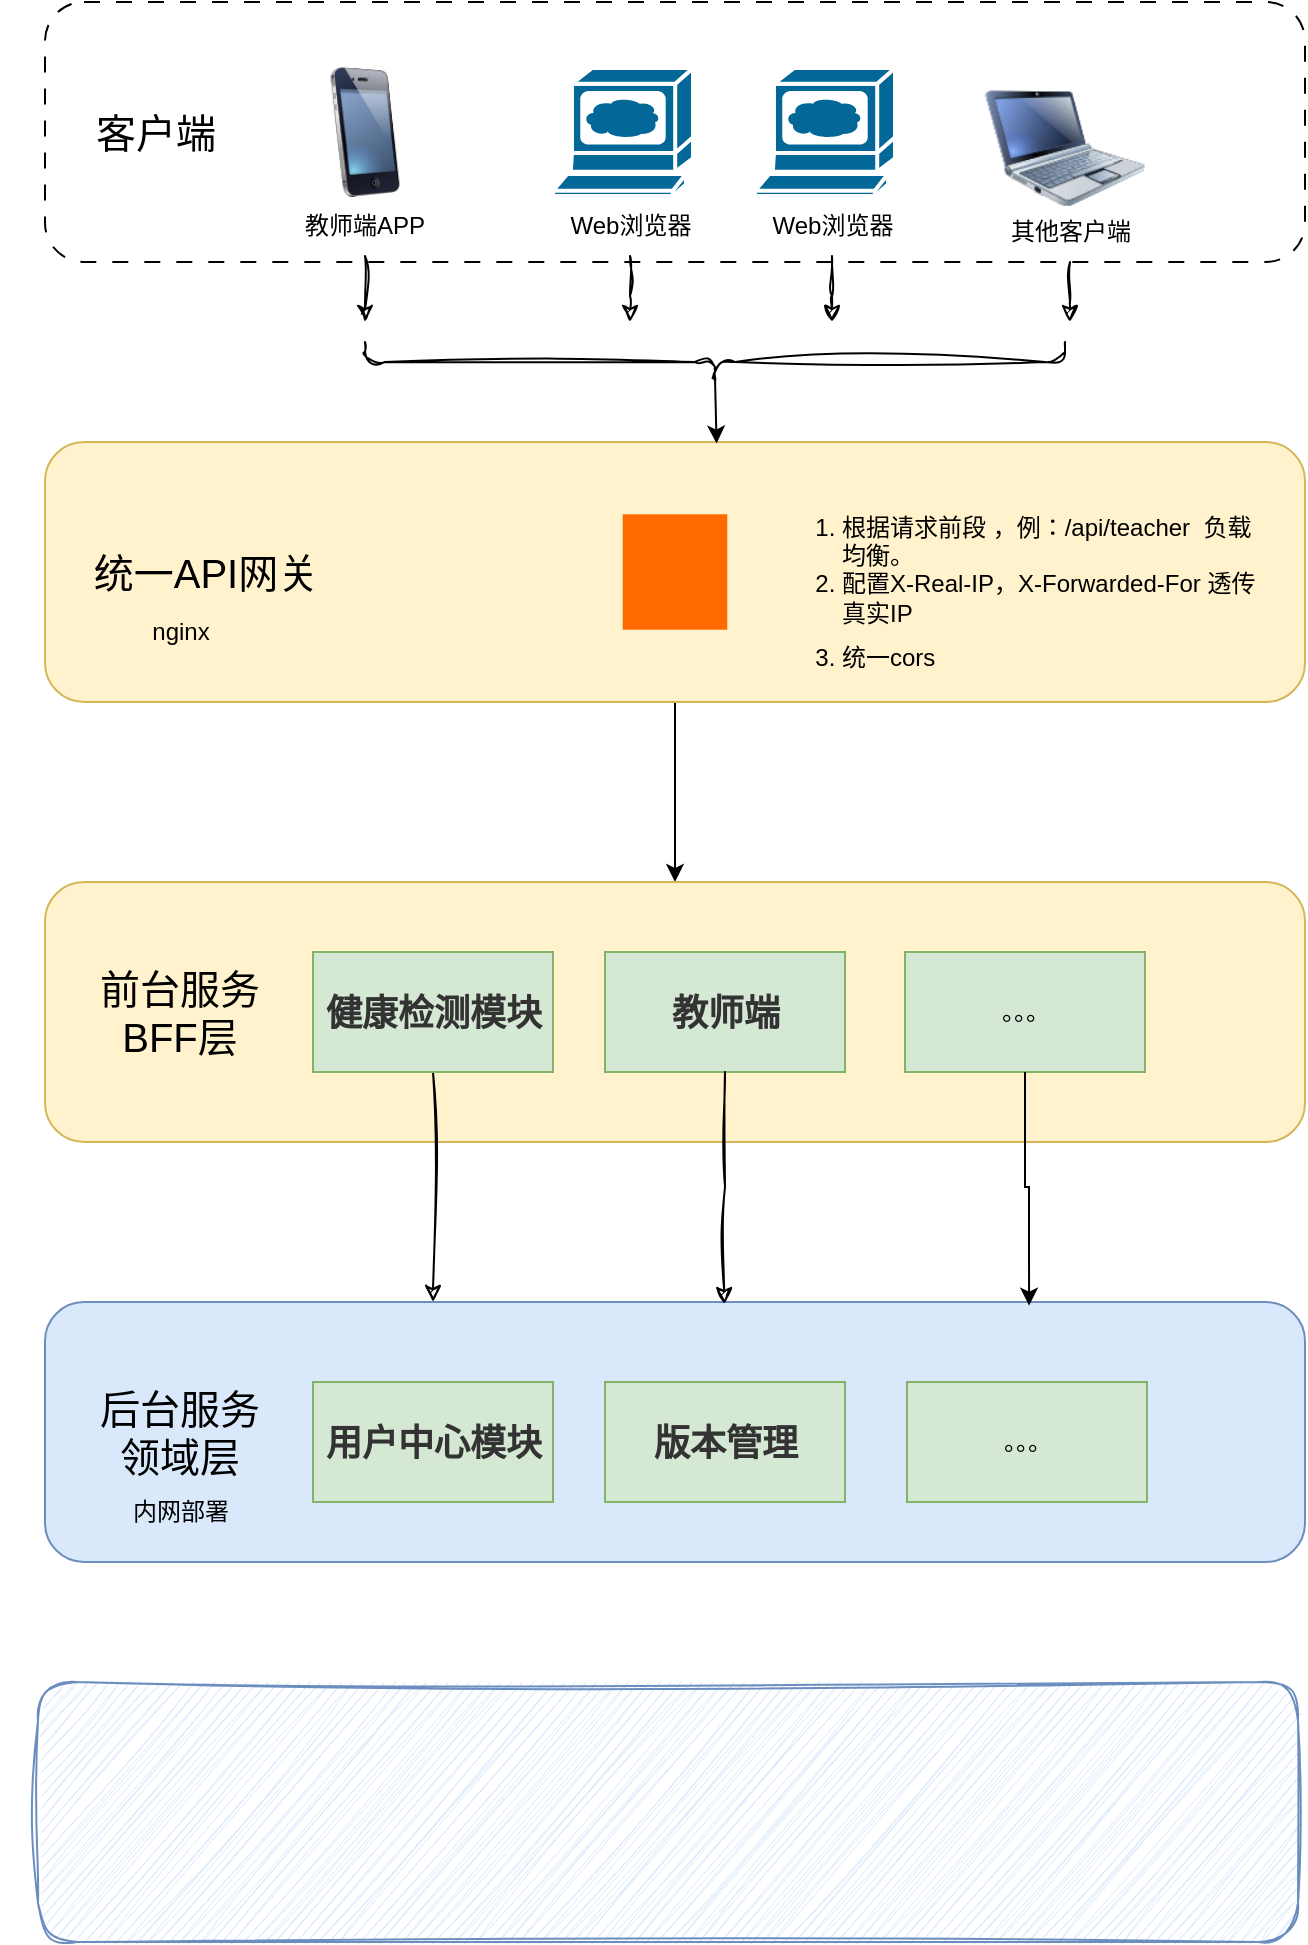
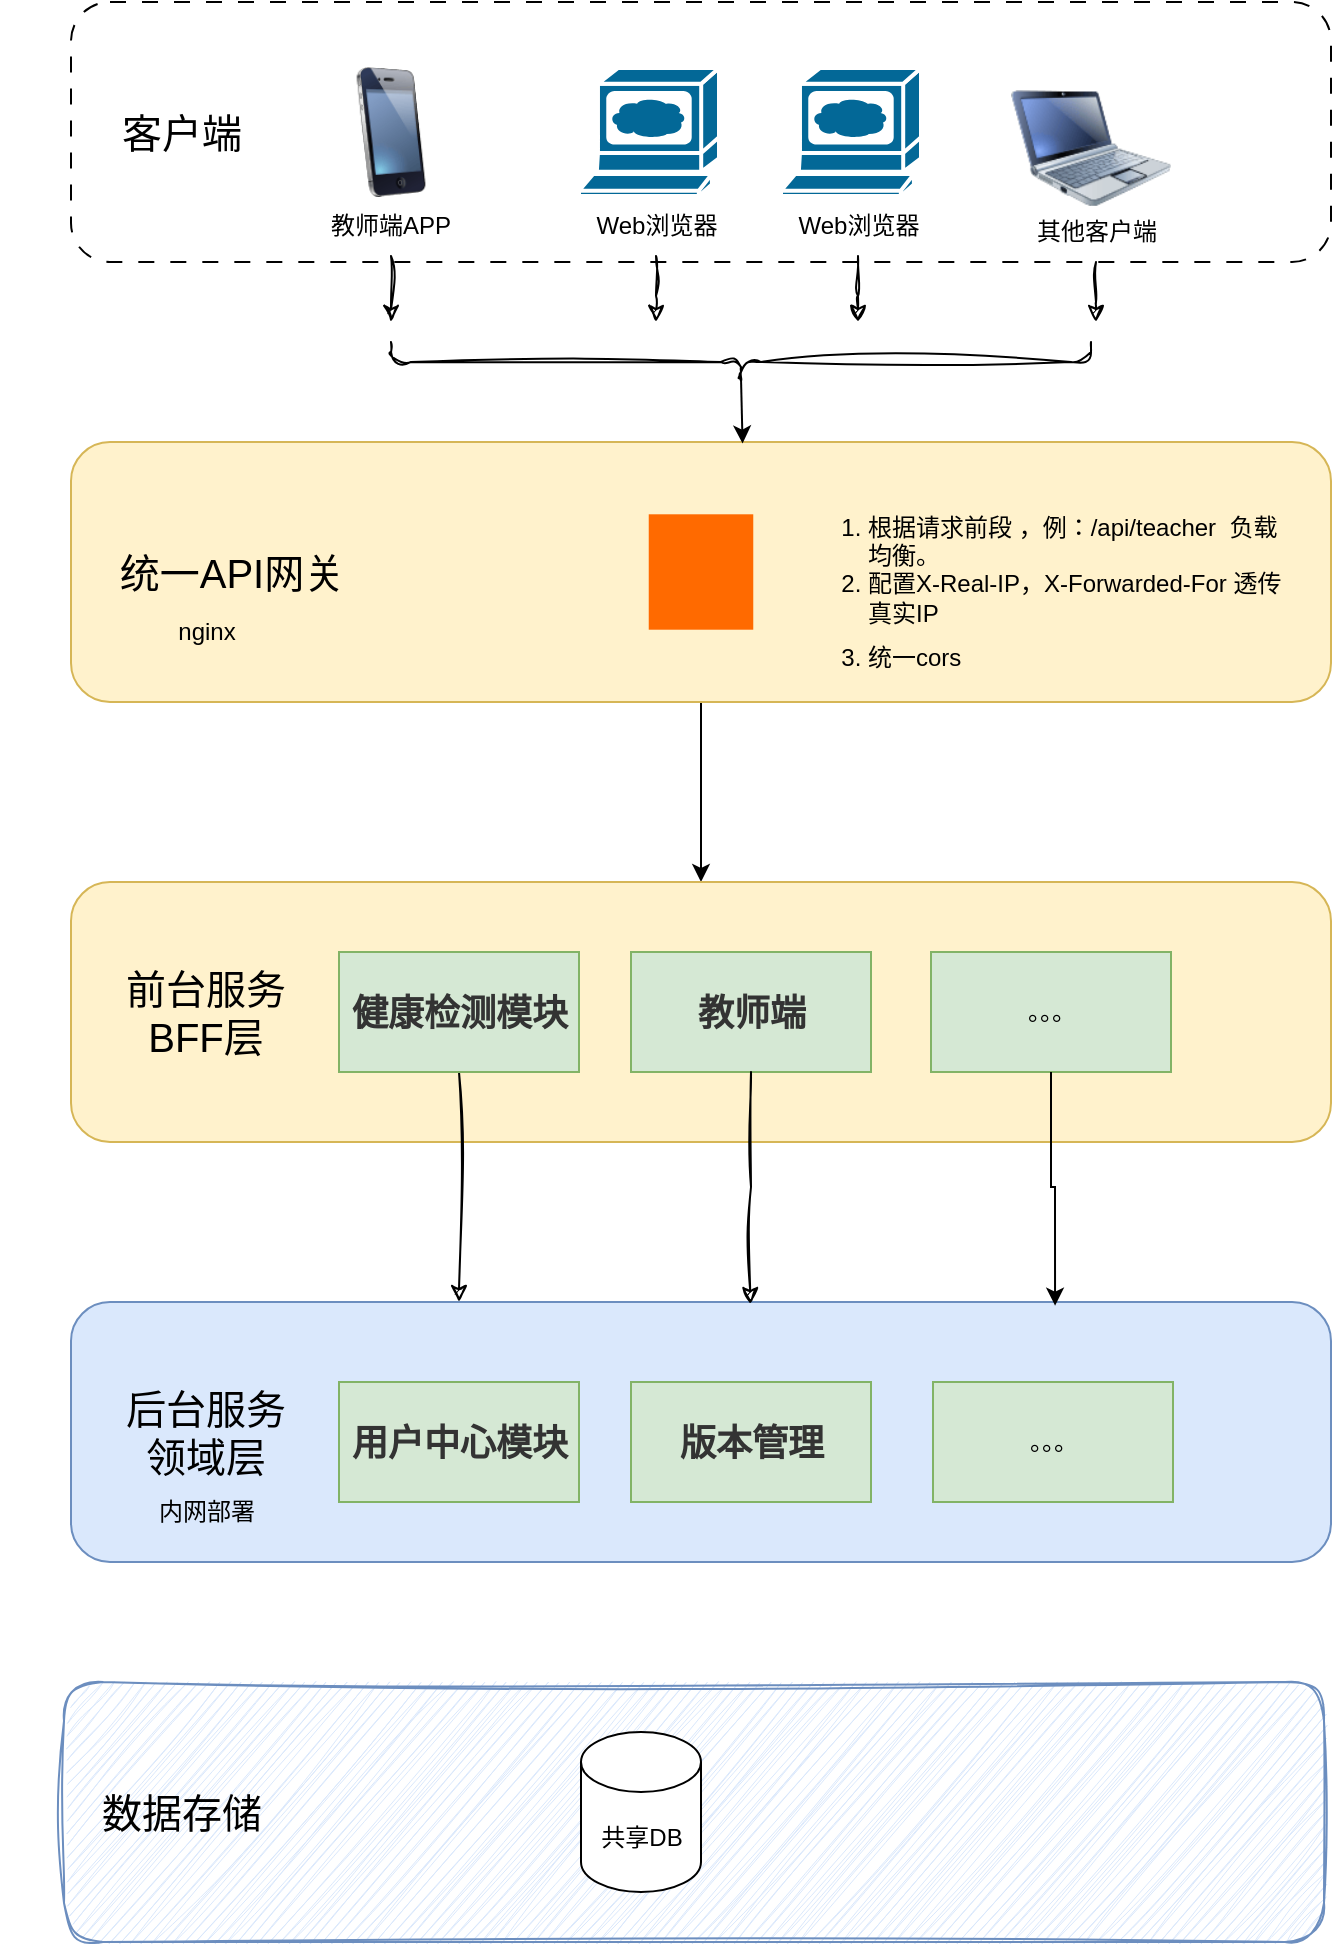
<mxfile host="app.diagrams.net" agent="5.0 (Windows NT 10.0; Win64; x64) AppleWebKit/537.36 (KHTML, like Gecko) Chrome/99.0.4844.51 Safari/537.36">
  <diagram id="piDafpqhtRUU5qUU-vj8" name="Page-1">
    <mxGraphModel dx="1712" dy="919" grid="1" gridSize="10" guides="1" tooltips="1" connect="1" arrows="1" fold="1" page="1" pageScale="1" pageWidth="827" pageHeight="1169" background="none" math="0" shadow="0">
      <root>
        <mxCell id="0" />
        <mxCell id="1" parent="0" />
        <mxCell id="5cpTgLDWtTwDe1421ZuN-3" parent="1" style="rounded=1;whiteSpace=wrap;html=1;shadow=0;glass=0;dashed=1;dashPattern=8 8;" value="" vertex="1">
          <mxGeometry height="130" width="630" x="102.5" y="100" as="geometry" />
        </mxCell>
        <mxCell id="-MD85wsI__NYyljHFUac-2" parent="1" style="text;html=1;whiteSpace=wrap;strokeColor=none;fillColor=none;align=center;verticalAlign=middle;rounded=0;" value="&lt;font style=&quot;font-size: 20px;&quot;&gt;客户端&lt;/font&gt;" vertex="1">
          <mxGeometry height="30" width="70" x="122.5" y="150" as="geometry" />
        </mxCell>
        <mxCell id="-MD85wsI__NYyljHFUac-3" parent="1" style="sketch=0;html=1;pointerEvents=1;dashed=0;fillColor=#036897;strokeColor=#ffffff;strokeWidth=2;verticalLabelPosition=bottom;verticalAlign=top;align=center;outlineConnect=0;shape=mxgraph.cisco.computers_and_peripherals.web_browser;" value="" vertex="1">
          <mxGeometry height="64" width="70" x="356.5" y="133" as="geometry" />
        </mxCell>
        <mxCell id="-MD85wsI__NYyljHFUac-39" edge="1" parent="1" source="-MD85wsI__NYyljHFUac-4" style="edgeStyle=orthogonalEdgeStyle;rounded=0;orthogonalLoop=1;jettySize=auto;html=1;sketch=1;curveFitting=1;jiggle=2;">
          <mxGeometry relative="1" as="geometry">
            <mxPoint x="395.0000000000002" y="260.0000000000001" as="targetPoint" />
          </mxGeometry>
        </mxCell>
        <mxCell id="-MD85wsI__NYyljHFUac-4" parent="1" style="text;html=1;whiteSpace=wrap;strokeColor=none;fillColor=none;align=center;verticalAlign=middle;rounded=0;" value="Web浏览器" vertex="1">
          <mxGeometry height="30" width="75" x="357.5" y="197" as="geometry" />
        </mxCell>
        <mxCell id="-MD85wsI__NYyljHFUac-5" parent="1" style="sketch=0;html=1;pointerEvents=1;dashed=0;fillColor=#036897;strokeColor=#ffffff;strokeWidth=2;verticalLabelPosition=bottom;verticalAlign=top;align=center;outlineConnect=0;shape=mxgraph.cisco.computers_and_peripherals.web_browser;" value="" vertex="1">
          <mxGeometry height="64" width="70" x="457.5" y="133" as="geometry" />
        </mxCell>
        <mxCell id="-MD85wsI__NYyljHFUac-35" edge="1" parent="1" source="-MD85wsI__NYyljHFUac-6" style="edgeStyle=orthogonalEdgeStyle;rounded=0;orthogonalLoop=1;jettySize=auto;html=1;sketch=1;curveFitting=1;jiggle=2;">
          <mxGeometry relative="1" as="geometry">
            <mxPoint x="496" y="260.0000000000001" as="targetPoint" />
          </mxGeometry>
        </mxCell>
        <mxCell id="-MD85wsI__NYyljHFUac-6" parent="1" style="text;html=1;whiteSpace=wrap;strokeColor=none;fillColor=none;align=center;verticalAlign=middle;rounded=0;" value="Web浏览器" vertex="1">
          <mxGeometry height="30" width="75" x="458.5" y="197" as="geometry" />
        </mxCell>
        <mxCell id="-MD85wsI__NYyljHFUac-7" parent="1" style="image;html=1;image=img/lib/clip_art/computers/Netbook_128x128.png" value="" vertex="1">
          <mxGeometry height="80" width="80" x="572.5" y="133" as="geometry" />
        </mxCell>
        <mxCell id="-MD85wsI__NYyljHFUac-8" parent="1" style="image;html=1;image=img/lib/clip_art/telecommunication/iPhone_128x128.png" value="" vertex="1">
          <mxGeometry height="65" width="80" x="222.5" y="132.5" as="geometry" />
        </mxCell>
        <mxCell id="-MD85wsI__NYyljHFUac-34" edge="1" parent="1" source="-MD85wsI__NYyljHFUac-9" style="edgeStyle=orthogonalEdgeStyle;rounded=0;orthogonalLoop=1;jettySize=auto;html=1;exitX=0.5;exitY=1;exitDx=0;exitDy=0;sketch=1;curveFitting=1;jiggle=2;">
          <mxGeometry relative="1" as="geometry">
            <mxPoint x="262.5" y="260" as="targetPoint" />
          </mxGeometry>
        </mxCell>
        <mxCell id="-MD85wsI__NYyljHFUac-9" parent="1" style="text;html=1;whiteSpace=wrap;strokeColor=none;fillColor=none;align=center;verticalAlign=middle;rounded=0;" value="教师端APP" vertex="1">
          <mxGeometry height="30" width="75" x="225" y="197" as="geometry" />
        </mxCell>
        <mxCell id="-MD85wsI__NYyljHFUac-36" edge="1" parent="1" source="-MD85wsI__NYyljHFUac-10" style="edgeStyle=orthogonalEdgeStyle;rounded=0;orthogonalLoop=1;jettySize=auto;html=1;sketch=1;curveFitting=1;jiggle=2;">
          <mxGeometry relative="1" as="geometry">
            <mxPoint x="615.0000000000002" y="260.0000000000001" as="targetPoint" />
          </mxGeometry>
        </mxCell>
        <mxCell id="-MD85wsI__NYyljHFUac-10" parent="1" style="text;html=1;whiteSpace=wrap;strokeColor=none;fillColor=none;align=center;verticalAlign=middle;rounded=0;" value="其他客户端" vertex="1">
          <mxGeometry height="30" width="75" x="577.5" y="200" as="geometry" />
        </mxCell>
        <mxCell id="-MD85wsI__NYyljHFUac-23" edge="1" parent="1" source="-MD85wsI__NYyljHFUac-11" style="edgeStyle=orthogonalEdgeStyle;rounded=0;orthogonalLoop=1;jettySize=auto;html=1;exitX=0.5;exitY=1;exitDx=0;exitDy=0;entryX=0.5;entryY=0;entryDx=0;entryDy=0;" target="-MD85wsI__NYyljHFUac-22">
          <mxGeometry relative="1" as="geometry" />
        </mxCell>
        <mxCell id="-MD85wsI__NYyljHFUac-11" parent="1" style="rounded=1;whiteSpace=wrap;html=1;shadow=0;glass=0;fillColor=#fff2cc;strokeColor=#d6b656;" value="" vertex="1">
          <mxGeometry height="130" width="630" x="102.5" y="320" as="geometry" />
        </mxCell>
        <mxCell id="-MD85wsI__NYyljHFUac-13" parent="1" style="text;html=1;whiteSpace=wrap;strokeColor=none;fillColor=none;align=center;verticalAlign=middle;rounded=0;" value="&lt;span style=&quot;font-size: 20px;&quot;&gt;统一API网关&lt;/span&gt;" vertex="1">
          <mxGeometry height="30" width="180" x="92.5" y="370" as="geometry" />
        </mxCell>
        <mxCell id="-MD85wsI__NYyljHFUac-14" parent="1" style="text;html=1;whiteSpace=wrap;strokeColor=none;fillColor=none;align=center;verticalAlign=middle;rounded=0;" value="nginx" vertex="1">
          <mxGeometry height="30" width="75" x="132.5" y="400" as="geometry" />
        </mxCell>
        <mxCell id="-MD85wsI__NYyljHFUac-20" parent="1" style="points=[];aspect=fixed;html=1;align=center;shadow=0;dashed=0;fillColor=#FF6A00;strokeColor=none;shape=mxgraph.alibaba_cloud.ehpc_elastic_high_performance_computing;" value="" vertex="1">
          <mxGeometry height="57.7" width="52.26" x="391.37" y="356.15" as="geometry" />
        </mxCell>
        <mxCell id="-MD85wsI__NYyljHFUac-21" parent="1" style="text;html=1;whiteSpace=wrap;strokeColor=none;fillColor=none;align=left;verticalAlign=middle;rounded=0;" value="&lt;ol&gt;&lt;li&gt;&lt;span style=&quot;background-color: transparent; color: light-dark(rgb(0, 0, 0), rgb(255, 255, 255));&quot;&gt;根据请求前段 ，例：/api/teacher&amp;nbsp; 负载均衡。&lt;/span&gt;&lt;/li&gt;&lt;li class=&quot;md-list-item md-focus-container&quot; style=&quot;box-sizing: border-box; margin: 0px; position: relative;&quot;&gt;&lt;p class=&quot;md-end-block md-p md-focus&quot; style=&quot;box-sizing: border-box; line-height: inherit; orphans: 4; margin: 0px 0px 0.5rem; white-space: pre-wrap; position: relative;&quot;&gt;&lt;span class=&quot;md-plain md-expand&quot; style=&quot;box-sizing: border-box;&quot;&gt;配置X-Real-IP，X-Forwarded-For 透传真实IP&lt;/span&gt;&lt;/p&gt;&lt;/li&gt;&lt;li class=&quot;md-list-item md-focus-container&quot; style=&quot;box-sizing: border-box; margin: 0px; position: relative;&quot;&gt;&lt;p class=&quot;md-end-block md-p md-focus&quot; style=&quot;box-sizing: border-box; line-height: inherit; orphans: 4; margin: 0px 0px 0.5rem; white-space: pre-wrap; position: relative;&quot;&gt;统一cors&lt;/p&gt;&lt;/li&gt;&lt;/ol&gt;" vertex="1">
          <mxGeometry height="90" width="254" x="458.5" y="350" as="geometry" />
        </mxCell>
        <mxCell id="-MD85wsI__NYyljHFUac-22" parent="1" style="rounded=1;whiteSpace=wrap;html=1;shadow=0;glass=0;fillColor=#fff2cc;strokeColor=#d6b656;" value="" vertex="1">
          <mxGeometry height="130" width="630" x="102.5" y="540" as="geometry" />
        </mxCell>
        <mxCell id="-MD85wsI__NYyljHFUac-24" parent="1" style="text;html=1;whiteSpace=wrap;strokeColor=none;fillColor=none;align=center;verticalAlign=middle;rounded=0;" value="&lt;span style=&quot;font-size: 20px;&quot;&gt;前台服务&lt;/span&gt;&lt;div&gt;&lt;span style=&quot;font-size: 20px;&quot;&gt;BFF层&lt;/span&gt;&lt;/div&gt;" vertex="1">
          <mxGeometry height="60" width="180" x="80" y="575" as="geometry" />
        </mxCell>
        <mxCell id="-MD85wsI__NYyljHFUac-41" edge="1" parent="1" source="-MD85wsI__NYyljHFUac-25" style="edgeStyle=orthogonalEdgeStyle;rounded=0;orthogonalLoop=1;jettySize=auto;html=1;sketch=1;curveFitting=1;jiggle=2;" target="-MD85wsI__NYyljHFUac-28" value="">
          <mxGeometry relative="1" as="geometry">
            <Array as="points">
              <mxPoint x="296.5" y="790" />
              <mxPoint x="296.5" y="790" />
            </Array>
          </mxGeometry>
        </mxCell>
        <mxCell id="-MD85wsI__NYyljHFUac-25" parent="1" style="rounded=0;whiteSpace=wrap;html=1;fillColor=#d5e8d4;strokeColor=#82b366;" value="&lt;h3 class=&quot;md-end-block md-heading&quot; style=&quot;box-sizing: border-box; break-after: avoid-page; break-inside: avoid; orphans: 4; font-size: 1.5em; margin-top: 1rem; margin-bottom: 1rem; position: relative; line-height: 1.43; cursor: text; white-space: pre-wrap; color: rgb(51, 51, 51); font-family: &amp;quot;Open Sans&amp;quot;, &amp;quot;Clear Sans&amp;quot;, &amp;quot;Helvetica Neue&amp;quot;, Helvetica, Arial, &amp;quot;Segoe UI Emoji&amp;quot;, sans-serif; text-align: start;&quot;&gt;&lt;span class=&quot;md-plain&quot; style=&quot;box-sizing: border-box;&quot;&gt;健康检测模块&lt;/span&gt;&lt;/h3&gt;" vertex="1">
          <mxGeometry height="60" width="120" x="236.5" y="575" as="geometry" />
        </mxCell>
        <mxCell id="-MD85wsI__NYyljHFUac-26" parent="1" style="rounded=0;whiteSpace=wrap;html=1;fillColor=#d5e8d4;strokeColor=#82b366;" value="&lt;h3 class=&quot;md-end-block md-heading&quot; style=&quot;box-sizing: border-box; break-after: avoid-page; break-inside: avoid; orphans: 4; font-size: 1.5em; margin-top: 1rem; margin-bottom: 1rem; position: relative; line-height: 1.43; cursor: text; white-space: pre-wrap; outline: 0px; box-shadow: none; color: rgb(51, 51, 51); font-family: &amp;quot;Open Sans&amp;quot;, &amp;quot;Clear Sans&amp;quot;, &amp;quot;Helvetica Neue&amp;quot;, Helvetica, Arial, &amp;quot;Segoe UI Emoji&amp;quot;, sans-serif; text-align: start;&quot;&gt;&lt;span class=&quot;md-plain&quot; style=&quot;box-sizing: border-box;&quot;&gt;教师端&lt;/span&gt;&lt;/h3&gt;" vertex="1">
          <mxGeometry height="60" width="120" x="382.5" y="575" as="geometry" />
        </mxCell>
        <mxCell id="-MD85wsI__NYyljHFUac-27" parent="1" style="rounded=0;whiteSpace=wrap;html=1;fillColor=#d5e8d4;strokeColor=#82b366;" value="。。。" vertex="1">
          <mxGeometry height="60" width="120" x="532.5" y="575" as="geometry" />
        </mxCell>
        <mxCell id="-MD85wsI__NYyljHFUac-28" parent="1" style="rounded=1;whiteSpace=wrap;html=1;shadow=0;glass=0;fillColor=#dae8fc;strokeColor=#6c8ebf;" value="" vertex="1">
          <mxGeometry height="130" width="630" x="102.5" y="750" as="geometry" />
        </mxCell>
        <mxCell id="-MD85wsI__NYyljHFUac-29" parent="1" style="text;html=1;whiteSpace=wrap;strokeColor=none;fillColor=none;align=center;verticalAlign=middle;rounded=0;" value="&lt;span style=&quot;font-size: 20px;&quot;&gt;后台服务&lt;/span&gt;&lt;div&gt;&lt;span style=&quot;font-size: 20px;&quot;&gt;领域层&lt;/span&gt;&lt;/div&gt;" vertex="1">
          <mxGeometry height="60" width="180" x="80" y="785" as="geometry" />
        </mxCell>
        <mxCell id="-MD85wsI__NYyljHFUac-30" parent="1" style="text;html=1;whiteSpace=wrap;strokeColor=none;fillColor=none;align=center;verticalAlign=middle;rounded=0;" value="内网部署" vertex="1">
          <mxGeometry height="30" width="75" x="132.5" y="840" as="geometry" />
        </mxCell>
        <mxCell id="-MD85wsI__NYyljHFUac-31" parent="1" style="rounded=0;whiteSpace=wrap;html=1;fillColor=#d5e8d4;strokeColor=#82b366;" value="&lt;h3 class=&quot;md-end-block md-heading&quot; style=&quot;box-sizing: border-box; break-after: avoid-page; break-inside: avoid; orphans: 4; font-size: 1.5em; margin-top: 1rem; margin-bottom: 1rem; position: relative; line-height: 1.43; cursor: text; white-space: pre-wrap; color: rgb(51, 51, 51); font-family: &amp;quot;Open Sans&amp;quot;, &amp;quot;Clear Sans&amp;quot;, &amp;quot;Helvetica Neue&amp;quot;, Helvetica, Arial, &amp;quot;Segoe UI Emoji&amp;quot;, sans-serif; text-align: start;&quot;&gt;&lt;span class=&quot;md-plain&quot; style=&quot;box-sizing: border-box;&quot;&gt;用户中心模块&lt;/span&gt;&lt;/h3&gt;" vertex="1">
          <mxGeometry height="60" width="120" x="236.5" y="790" as="geometry" />
        </mxCell>
        <mxCell id="-MD85wsI__NYyljHFUac-32" parent="1" style="rounded=0;whiteSpace=wrap;html=1;fillColor=#d5e8d4;strokeColor=#82b366;" value="&lt;h3 class=&quot;md-end-block md-heading&quot; style=&quot;box-sizing: border-box; break-after: avoid-page; break-inside: avoid; orphans: 4; font-size: 1.5em; margin-top: 1rem; margin-bottom: 1rem; position: relative; line-height: 1.43; cursor: text; white-space: pre-wrap; color: rgb(51, 51, 51); font-family: &amp;quot;Open Sans&amp;quot;, &amp;quot;Clear Sans&amp;quot;, &amp;quot;Helvetica Neue&amp;quot;, Helvetica, Arial, &amp;quot;Segoe UI Emoji&amp;quot;, sans-serif; text-align: start;&quot;&gt;版本管理&lt;/h3&gt;" vertex="1">
          <mxGeometry height="60" width="120" x="382.5" y="790" as="geometry" />
        </mxCell>
        <mxCell id="-MD85wsI__NYyljHFUac-33" parent="1" style="rounded=0;whiteSpace=wrap;html=1;fillColor=#d5e8d4;strokeColor=#82b366;" value="。。。" vertex="1">
          <mxGeometry height="60" width="120" x="533.5" y="790" as="geometry" />
        </mxCell>
        <mxCell id="-MD85wsI__NYyljHFUac-37" parent="1" style="shape=curlyBracket;whiteSpace=wrap;html=1;rounded=1;flipH=1;labelPosition=right;verticalLabelPosition=middle;align=left;verticalAlign=middle;legacyAnchorPoints=0;rotation=90;sketch=1;curveFitting=1;jiggle=2;" value="" vertex="1">
          <mxGeometry height="350" width="20" x="427.5" y="105" as="geometry" />
        </mxCell>
        <mxCell id="-MD85wsI__NYyljHFUac-40" edge="1" parent="1" source="-MD85wsI__NYyljHFUac-37" style="edgeStyle=orthogonalEdgeStyle;rounded=0;orthogonalLoop=1;jettySize=auto;html=1;exitX=0.1;exitY=0.5;exitDx=0;exitDy=0;exitPerimeter=0;entryX=0.533;entryY=0.006;entryDx=0;entryDy=0;entryPerimeter=0;" target="-MD85wsI__NYyljHFUac-11">
          <mxGeometry relative="1" as="geometry" />
        </mxCell>
        <mxCell id="-MD85wsI__NYyljHFUac-43" edge="1" parent="1" source="-MD85wsI__NYyljHFUac-26" style="edgeStyle=orthogonalEdgeStyle;rounded=0;orthogonalLoop=1;jettySize=auto;html=1;entryX=0.539;entryY=0.008;entryDx=0;entryDy=0;entryPerimeter=0;sketch=1;curveFitting=1;jiggle=2;" target="-MD85wsI__NYyljHFUac-28">
          <mxGeometry relative="1" as="geometry" />
        </mxCell>
        <mxCell id="-MD85wsI__NYyljHFUac-44" edge="1" parent="1" source="-MD85wsI__NYyljHFUac-27" style="edgeStyle=orthogonalEdgeStyle;rounded=0;orthogonalLoop=1;jettySize=auto;html=1;entryX=0.781;entryY=0.014;entryDx=0;entryDy=0;entryPerimeter=0;" target="-MD85wsI__NYyljHFUac-28">
          <mxGeometry relative="1" as="geometry">
            <mxPoint x="592.5" y="740" as="targetPoint" />
          </mxGeometry>
        </mxCell>
        <mxCell id="-MD85wsI__NYyljHFUac-45" parent="1" style="rounded=1;whiteSpace=wrap;html=1;shadow=0;glass=0;sketch=1;curveFitting=1;jiggle=2;fillColor=#dae8fc;strokeColor=#6c8ebf;" value="" vertex="1">
          <mxGeometry height="130" width="630" x="99" y="940" as="geometry" />
        </mxCell>
+         <mxCell id="-MD85wsI__NYyljHFUac-46" parent="1" style="shape=cylinder3;whiteSpace=wrap;html=1;boundedLbl=1;backgroundOutline=1;size=15;" value="共享DB" vertex="1">
+           <mxGeometry height="80" width="60" x="357.5" y="965" as="geometry" />
+         </mxCell>
+         <mxCell id="-MD85wsI__NYyljHFUac-47" parent="1" style="text;html=1;whiteSpace=wrap;strokeColor=none;fillColor=none;align=center;verticalAlign=middle;rounded=0;" value="&lt;span style=&quot;font-size: 20px;&quot;&gt;数据存储&lt;/span&gt;" vertex="1">
+           <mxGeometry height="30" width="180" x="67.5" y="990" as="geometry" />
+         </mxCell>
      </root>
    </mxGraphModel>
  </diagram>
</mxfile>
